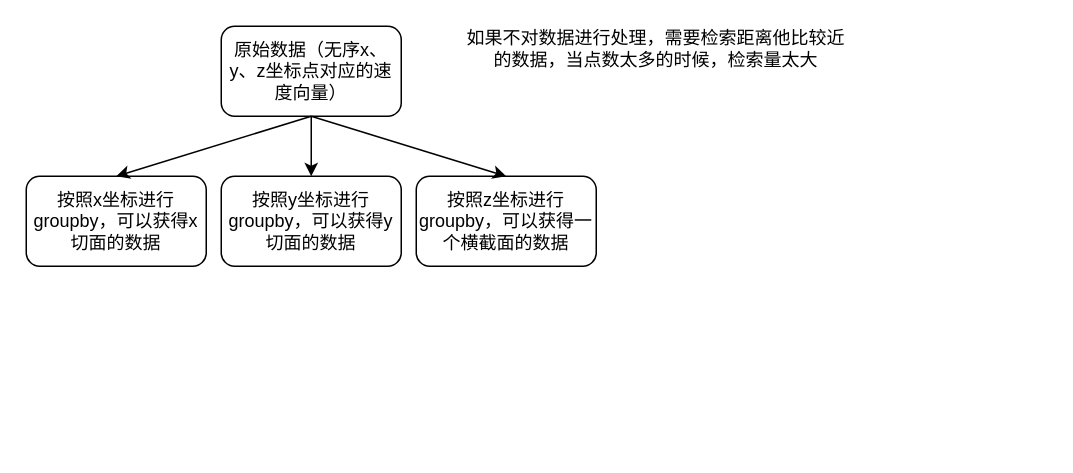
Earlier version of the draw.io diagram 未命名绘图.drawio (xmu-hph/my_pictures). Source tidied: cells renumbered, new cells numbered last; positions are measured from the earlier drawing's top-left corner, leaving out a move shared by most shapes. Both pictures are drawn from the tidied source at 150%, with x=0, y=0 at pixel (26, 26).
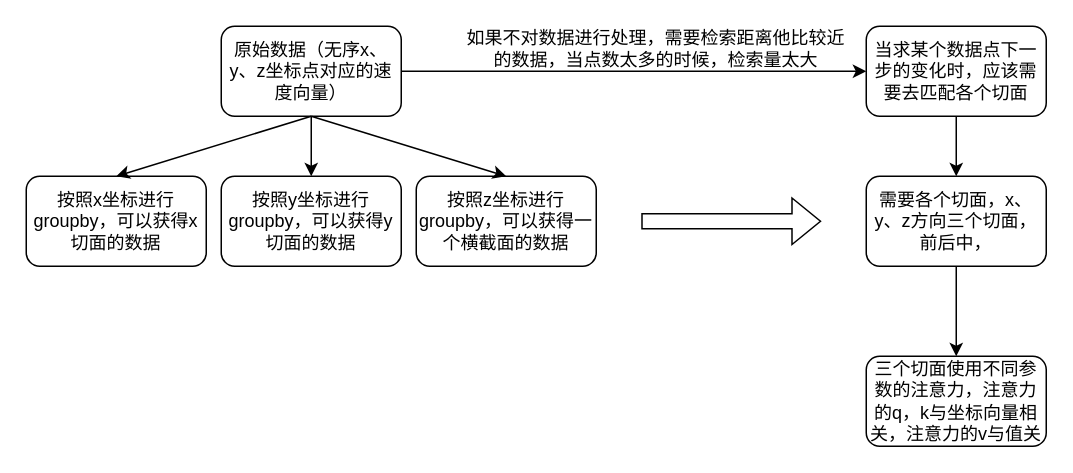
Above is the later version.

Commit message (it also covers changes not shown here):
更新未命名绘图.drawio

Diff of the diagram source:
```diff
@@
 <mxGraphModel>
   <root>
     <mxCell id="0" />
     <mxCell id="1" parent="0" />
     <mxCell id="2" value="原始数据（无序x、y、z坐标点对应的速度向量）" style="rounded=1;whiteSpace=wrap;html=1;" parent="1" vertex="1">
       <mxGeometry x="130" width="120" height="60" as="geometry" />
     </mxCell>
     <mxCell id="3" value="按照x坐标进行groupby，可以获得x切面的数据" style="rounded=1;whiteSpace=wrap;html=1;" parent="1" vertex="1">
       <mxGeometry y="100" width="120" height="60" as="geometry" />
     </mxCell>
     <mxCell id="4" style="endArrow=classic;html=1;rounded=0;exitX=0.5;exitY=1;exitDx=0;exitDy=0;entryX=0.5;entryY=0;entryDx=0;entryDy=0;" parent="1" edge="1" source="2" target="3">
       <mxGeometry relative="1" as="geometry" />
     </mxCell>
     <mxCell id="5" value="按照y坐标进行groupby，可以获得y切面的数据" style="rounded=1;whiteSpace=wrap;html=1;" parent="1" vertex="1">
       <mxGeometry x="130" y="100" width="120" height="60" as="geometry" />
     </mxCell>
     <mxCell id="6" value="按照z坐标进行groupby，可以获得一个横截面的数据" style="rounded=1;whiteSpace=wrap;html=1;" parent="1" vertex="1">
       <mxGeometry x="260" y="100" width="120" height="60" as="geometry" />
     </mxCell>
     <mxCell id="7" style="endArrow=classic;html=1;rounded=0;exitX=0.5;exitY=1;exitDx=0;exitDy=0;entryX=0.5;entryY=0;entryDx=0;entryDy=0;" parent="1" edge="1" source="2" target="5">
       <mxGeometry relative="1" as="geometry" />
     </mxCell>
     <mxCell id="8" style="endArrow=classic;html=1;rounded=0;exitX=0.5;exitY=1;exitDx=0;exitDy=0;entryX=0.5;entryY=0;entryDx=0;entryDy=0;" parent="1" edge="1" source="2" target="6">
       <mxGeometry relative="1" as="geometry" />
     </mxCell>
     <mxCell id="9" value="如果不对数据进行处理，需要检索距离他比较近的数据，当点数太多的时候，检索量太大" style="text;html=1;align=center;verticalAlign=middle;whiteSpace=wrap;rounded=0;" parent="1" vertex="1">
       <mxGeometry x="290" width="260" height="30" as="geometry" />
     </mxCell>
+    <mxCell id="10" value="当求某个数据点下一步的变化时，应该需要去匹配各个切面" style="rounded=1;whiteSpace=wrap;html=1;" parent="1" vertex="1">
+      <mxGeometry x="560" width="120" height="60" as="geometry" />
+    </mxCell>
+    <mxCell id="11" style="endArrow=classic;html=1;rounded=0;exitX=0.5;exitY=1;exitDx=0;exitDy=0;" parent="1" edge="1" source="10">
+      <mxGeometry relative="1" as="geometry">
+        <mxPoint x="620" y="100" as="targetPoint" />
+      </mxGeometry>
+    </mxCell>
+    <mxCell id="12" style="endArrow=classic;html=1;rounded=0;exitX=1;exitY=0.5;exitDx=0;exitDy=0;entryX=0;entryY=0.5;entryDx=0;entryDy=0;" parent="1" edge="1" source="2" target="10">
+      <mxGeometry relative="1" as="geometry" />
+    </mxCell>
+    <mxCell id="13" style="shape=flexArrow;endArrow=classic;html=1;rounded=0;" parent="1" edge="1">
+      <mxGeometry relative="1" as="geometry">
+        <mxPoint x="410" y="130" as="sourcePoint" />
+        <mxPoint x="530" y="130" as="targetPoint" />
+      </mxGeometry>
+    </mxCell>
+    <mxCell id="14" value="需要各个切面，x、y、z方向三个切面，前后中，" style="rounded=1;whiteSpace=wrap;html=1;" parent="1" vertex="1">
+      <mxGeometry x="560" y="100" width="120" height="60" as="geometry" />
+    </mxCell>
+    <mxCell id="15" value="三个切面使用不同参数的注意力，注意力的q，k与坐标向量相关，注意力的v与值关" style="rounded=1;whiteSpace=wrap;html=1;" parent="1" vertex="1">
+      <mxGeometry x="560" y="220" width="120" height="60" as="geometry" />
+    </mxCell>
+    <mxCell id="16" style="endArrow=classic;html=1;rounded=0;exitX=0.5;exitY=1;exitDx=0;exitDy=0;" parent="1" edge="1" source="14" target="15">
+      <mxGeometry relative="1" as="geometry" />
+    </mxCell>
   </root>
 </mxGraphModel>
```
